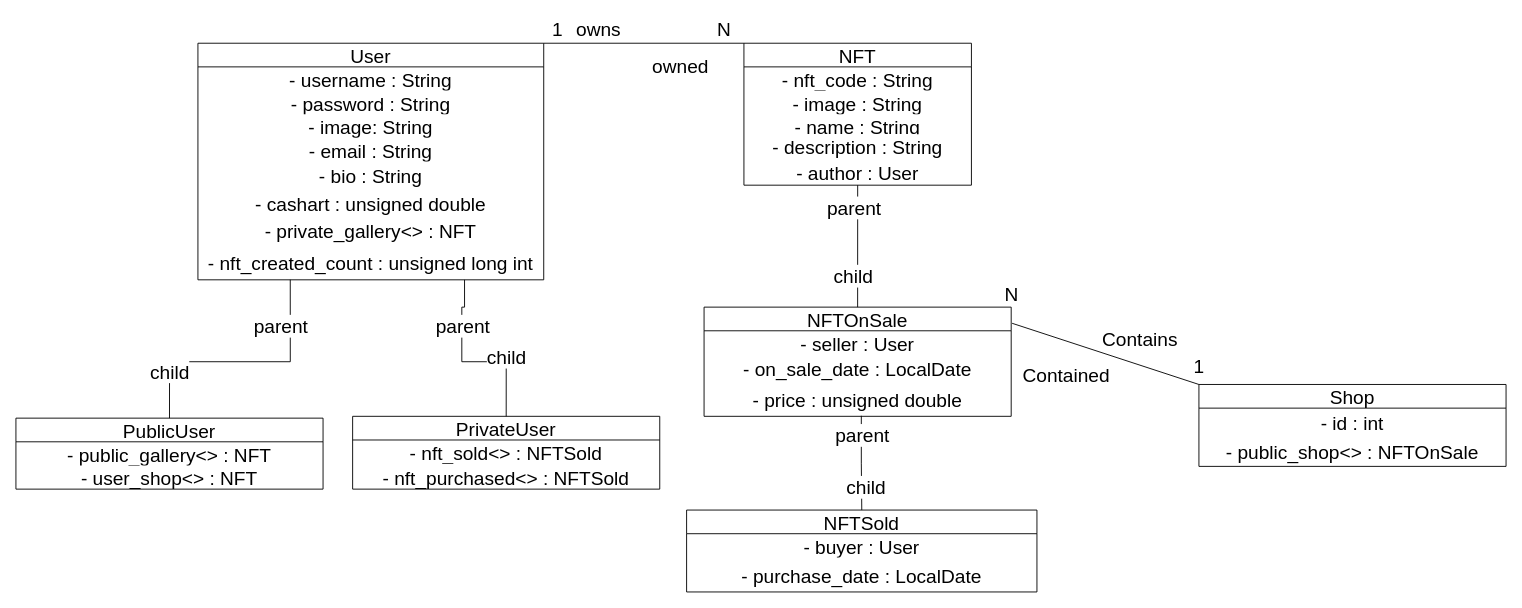
Pietroalex/Compravendita_NFT keeps this draw.io diagram as Documentazione/Data_Model.drawio. Above is the earlier version. Source tidied: cells renumbered, new cells numbered last; positions are measured from the earlier drawing's top-left corner, leaving out a move shared by most shapes. Both pictures are drawn from the tidied source at 91%, with x=0, y=0 at pixel (15, 15).
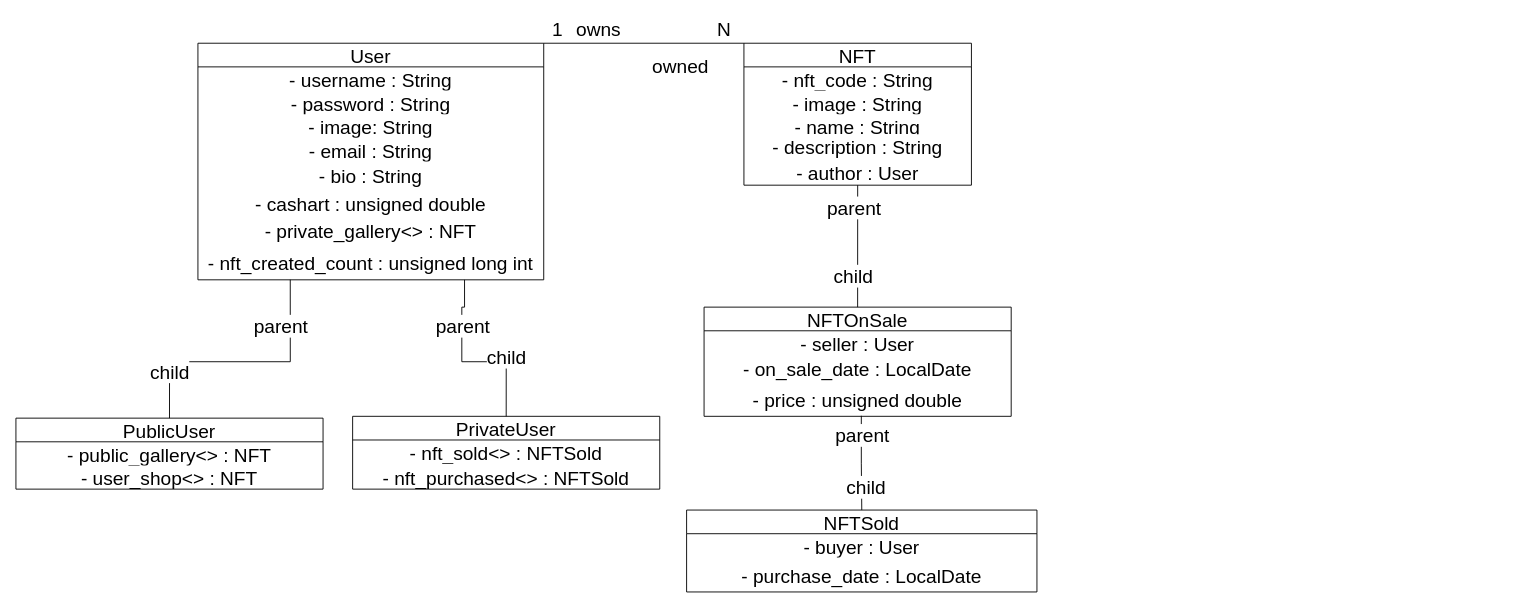
The same page after the edit.

The change refers to these unchanged cells:
```xml
<mxCell id="17" value="NFTOnSale" style="swimlane;fontStyle=0;horizontal=1;startSize=26;fillColor=none;fontSize=21;labelPosition=center;verticalLabelPosition=middle;align=center;verticalAlign=middle;" parent="1" vertex="1">
  <mxGeometry x="756.2" y="320" width="337.5" height="120" as="geometry" />
</mxCell>
```

Change to the diagram source:
```diff
@@
-    <mxCell id="41" value="Shop" style="swimlane;fontStyle=0;horizontal=1;startSize=26;fillColor=none;fontSize=21;labelPosition=center;verticalLabelPosition=middle;align=center;verticalAlign=middle;" parent="1" vertex="1">
-      <mxGeometry x="1300" y="405" width="337.5" height="90" as="geometry" />
-    </mxCell>
-    <mxCell id="42" value="- id : int" style="text;strokeColor=none;fillColor=none;spacingLeft=4;spacingRight=4;overflow=hidden;fontSize=21;labelPosition=center;verticalLabelPosition=middle;align=center;verticalAlign=middle;" parent="41" vertex="1">
-      <mxGeometry y="26" width="337.5" height="30" as="geometry" />
-    </mxCell>
-    <mxCell id="43" value="- public_shop&lt;&gt; : NFTOnSale" style="text;strokeColor=none;fillColor=none;align=center;verticalAlign=middle;spacingLeft=4;spacingRight=4;overflow=hidden;fontSize=21;labelPosition=center;verticalLabelPosition=middle;swimlaneLine=1;glass=0;rounded=0;shadow=0;sketch=0;spacing=2;" parent="41" vertex="1">
-      <mxGeometry y="56" width="337.5" height="34" as="geometry" />
-    </mxCell>
@@
-    <mxCell id="50" style="endArrow=none;html=1;rounded=0;entryX=1.003;entryY=0.148;entryDx=0;entryDy=0;exitX=0;exitY=0;exitDx=0;exitDy=0;fontSize=21;labelPosition=center;verticalLabelPosition=middle;align=center;verticalAlign=middle;entryPerimeter=0;" parent="1" edge="1" source="41" target="17">
-      <mxGeometry relative="1" as="geometry" />
-    </mxCell>
-    <mxCell id="51" value="N" style="html=1;align=center;verticalAlign=middle;fontSize=21;labelPosition=center;verticalLabelPosition=middle;" parent="50" vertex="1">
-      <mxGeometry x="1" relative="1" as="geometry">
-        <mxPoint x="-1" y="-32" as="offset" />
-      </mxGeometry>
-    </mxCell>
-    <mxCell id="52" value="1" style="text;html=1;align=center;verticalAlign=middle;strokeColor=none;fillColor=none;fontSize=21;labelPosition=center;verticalLabelPosition=middle;swimlaneLine=1;glass=0;rounded=0;shadow=0;sketch=0;spacing=2;" parent="1" vertex="1">
-      <mxGeometry x="1285" y="370" width="30" height="30" as="geometry" />
-    </mxCell>
-    <mxCell id="53" value="Contains" style="text;html=1;align=center;verticalAlign=middle;strokeColor=none;fillColor=none;fontSize=21;labelPosition=center;verticalLabelPosition=middle;swimlaneLine=1;glass=0;rounded=0;shadow=0;sketch=0;spacing=2;" parent="1" vertex="1">
-      <mxGeometry x="1185" y="340" width="100" height="30" as="geometry" />
-    </mxCell>
-    <mxCell id="54" value="Contained" style="text;html=1;align=center;verticalAlign=middle;strokeColor=none;fillColor=none;fontSize=21;labelPosition=center;verticalLabelPosition=middle;swimlaneLine=1;glass=0;rounded=0;shadow=0;sketch=0;spacing=2;" parent="1" vertex="1">
-      <mxGeometry x="1093.8" y="380" width="120" height="30" as="geometry" />
-    </mxCell>
```
